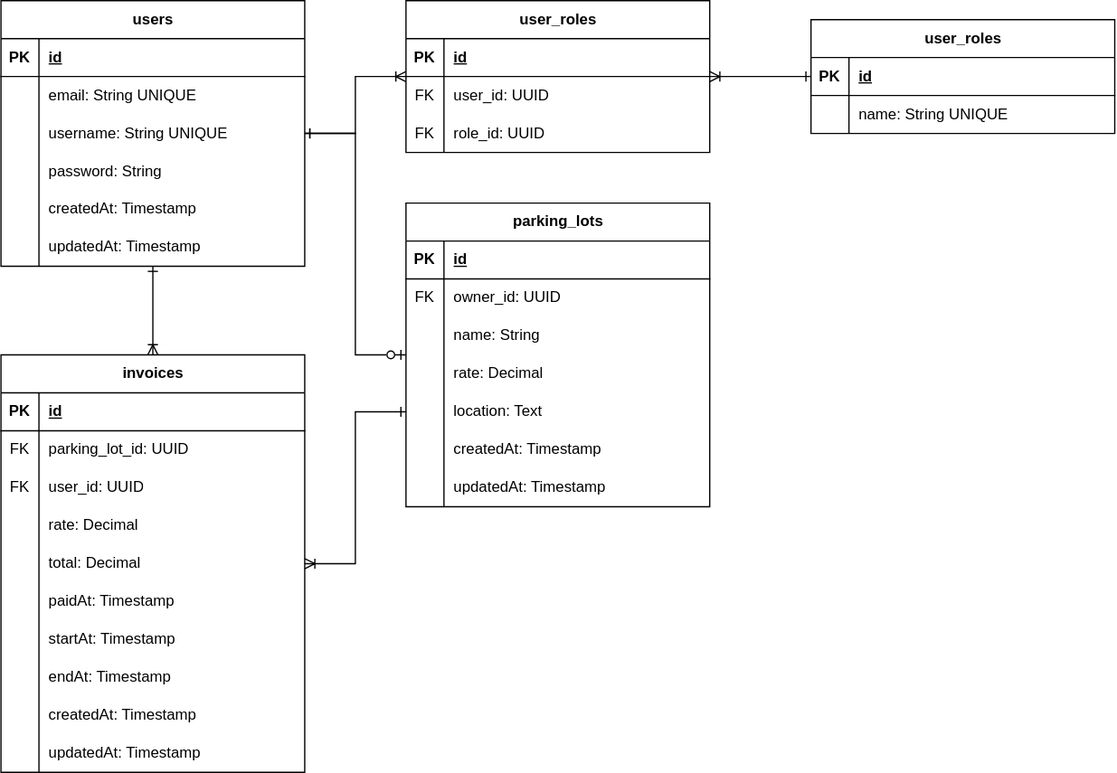
chatchatabc/parking-backend-spring keeps this draw.io diagram as docs/erd.svg. Above is the earlier version. Source tidied: cells renumbered, new cells last; positions are measured from the earlier drawing's top-left corner, leaving out a move shared by most shapes.
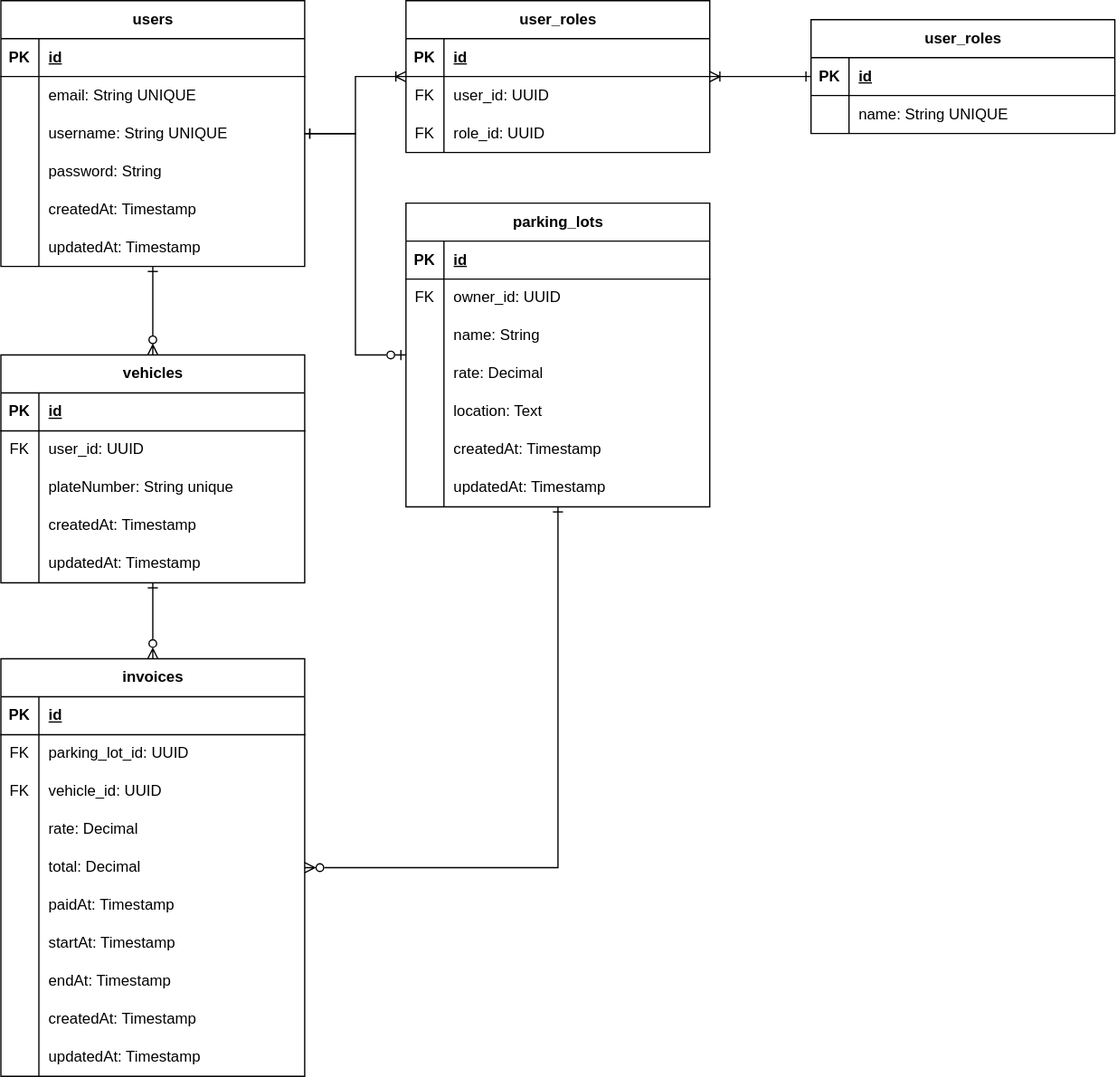
Later version of the same file.

Commit message:
docs: refactored erd to now have vehicles

Change to the diagram source:
```diff
@@ -8,7 +8,7 @@
     <mxCell id="3" style="edgeStyle=orthogonalEdgeStyle;rounded=0;jettySize=auto;html=1;startArrow=ERone;startFill=0;endArrow=ERzeroToOne;endFill=0;" parent="1" edge="1" source="5" target="42">
       <mxGeometry relative="1" as="geometry" />
     </mxCell>
-    <mxCell id="4" style="edgeStyle=orthogonalEdgeStyle;rounded=0;jettySize=auto;html=1;startArrow=ERone;startFill=0;endArrow=ERoneToMany;endFill=0;" parent="1" edge="1" source="5" target="64">
+    <mxCell id="4" style="edgeStyle=orthogonalEdgeStyle;rounded=0;jettySize=auto;html=1;startArrow=ERone;startFill=0;endArrow=ERzeroToMany;endFill=0;" parent="1" edge="1" source="5" target="97">
       <mxGeometry relative="1" as="geometry" />
     </mxCell>
     <mxCell id="5" value="users" style="shape=table;startSize=30;rowLines=0;fontStyle=1;align=center;html=1;" parent="1" vertex="1">
@@ -189,7 +189,7 @@
       <mxGeometry x="30" width="210" height="30" as="geometry" />
     </mxCell>
     <mxCell id="64" value="invoices" style="shape=table;startSize=30;rowLines=0;fontStyle=1;align=center;html=1;" parent="1" vertex="1">
-      <mxGeometry y="280" width="240" height="330" as="geometry" />
+      <mxGeometry y="520" width="240" height="330" as="geometry" />
     </mxCell>
     <mxCell id="65" style="shape=tableRow;horizontal=0;startSize=0;swimlaneHead=0;swimlaneBody=0;fillColor=none;top=0;left=0;right=0;bottom=1;" parent="64" vertex="1">
       <mxGeometry y="30" width="240" height="30" as="geometry" />
@@ -215,7 +215,7 @@
     <mxCell id="72" value="FK" style="shape=partialRectangle;fillColor=none;top=0;left=0;bottom=0;right=0;overflow=hidden;whiteSpace=wrap;html=1;" parent="71" vertex="1">
       <mxGeometry width="30" height="30" as="geometry" />
     </mxCell>
-    <mxCell id="73" value="user_id: UUID" style="shape=partialRectangle;fillColor=none;top=0;left=0;bottom=0;right=0;align=left;spacingLeft=6;overflow=hidden;whiteSpace=wrap;html=1;" parent="71" vertex="1">
+    <mxCell id="73" value="vehicle_id: UUID" style="shape=partialRectangle;fillColor=none;top=0;left=0;bottom=0;right=0;align=left;spacingLeft=6;overflow=hidden;whiteSpace=wrap;html=1;" parent="71" vertex="1">
       <mxGeometry x="30" width="210" height="30" as="geometry" />
     </mxCell>
     <mxCell id="74" style="shape=tableRow;horizontal=0;startSize=0;swimlaneHead=0;swimlaneBody=0;fillColor=none;top=0;left=0;right=0;bottom=0;" parent="64" vertex="1">
@@ -281,8 +281,63 @@
     <mxCell id="94" value="updatedAt: Timestamp" style="shape=partialRectangle;fillColor=none;top=0;left=0;bottom=0;right=0;align=left;spacingLeft=6;overflow=hidden;whiteSpace=wrap;html=1;" parent="92" vertex="1">
       <mxGeometry x="30" width="210" height="30" as="geometry" />
     </mxCell>
-    <mxCell id="95" style="edgeStyle=orthogonalEdgeStyle;rounded=0;jettySize=auto;html=1;exitX=0;exitY=0.5;exitDx=0;exitDy=0;startArrow=ERone;startFill=0;endArrow=ERoneToMany;endFill=0;" parent="1" edge="1" source="55" target="64">
-      <mxGeometry relative="1" as="geometry" />
+    <mxCell id="95" style="edgeStyle=orthogonalEdgeStyle;rounded=0;jettySize=auto;html=1;startArrow=ERone;startFill=0;endArrow=ERzeroToMany;endFill=0;" parent="1" edge="1" source="42" target="64">
+      <mxGeometry relative="1" as="geometry">
+        <Array as="points">
+          <mxPoint x="440" y="685" />
+        </Array>
+      </mxGeometry>
     </mxCell>
+    <mxCell id="96" style="edgeStyle=orthogonalEdgeStyle;rounded=0;jettySize=auto;html=1;startArrow=ERone;startFill=0;endArrow=ERzeroToMany;endFill=0;" parent="1" edge="1" source="97" target="64">
+      <mxGeometry relative="1" as="geometry" />
+    </mxCell>
+    <mxCell id="97" value="vehicles" style="shape=table;startSize=30;rowLines=0;fontStyle=1;align=center;html=1;" parent="1" vertex="1">
+      <mxGeometry y="280" width="240" height="180" as="geometry" />
+    </mxCell>
+    <mxCell id="98" style="shape=tableRow;horizontal=0;startSize=0;swimlaneHead=0;swimlaneBody=0;fillColor=none;top=0;left=0;right=0;bottom=1;" parent="97" vertex="1">
+      <mxGeometry y="30" width="240" height="30" as="geometry" />
+    </mxCell>
+    <mxCell id="99" value="PK" style="shape=partialRectangle;fillColor=none;top=0;left=0;bottom=0;right=0;fontStyle=1;overflow=hidden;whiteSpace=wrap;html=1;" parent="98" vertex="1">
+      <mxGeometry width="30" height="30" as="geometry" />
+    </mxCell>
+    <mxCell id="100" value="id" style="shape=partialRectangle;fillColor=none;top=0;left=0;bottom=0;right=0;align=left;spacingLeft=6;fontStyle=5;overflow=hidden;whiteSpace=wrap;html=1;" parent="98" vertex="1">
+      <mxGeometry x="30" width="210" height="30" as="geometry" />
+    </mxCell>
+    <mxCell id="101" style="shape=tableRow;horizontal=0;startSize=0;swimlaneHead=0;swimlaneBody=0;fillColor=none;top=0;left=0;right=0;bottom=0;" parent="97" vertex="1">
+      <mxGeometry y="60" width="240" height="30" as="geometry" />
+    </mxCell>
+    <mxCell id="102" value="FK" style="shape=partialRectangle;fillColor=none;top=0;left=0;bottom=0;right=0;overflow=hidden;whiteSpace=wrap;html=1;" parent="101" vertex="1">
+      <mxGeometry width="30" height="30" as="geometry" />
+    </mxCell>
+    <mxCell id="103" value="user_id: UUID" style="shape=partialRectangle;fillColor=none;top=0;left=0;bottom=0;right=0;align=left;spacingLeft=6;overflow=hidden;whiteSpace=wrap;html=1;" parent="101" vertex="1">
+      <mxGeometry x="30" width="210" height="30" as="geometry" />
+    </mxCell>
+    <mxCell id="104" style="shape=tableRow;horizontal=0;startSize=0;swimlaneHead=0;swimlaneBody=0;fillColor=none;top=0;left=0;right=0;bottom=0;" parent="97" vertex="1">
+      <mxGeometry y="90" width="240" height="30" as="geometry" />
+    </mxCell>
+    <mxCell id="105" style="shape=partialRectangle;fillColor=none;top=0;left=0;bottom=0;right=0;overflow=hidden;whiteSpace=wrap;html=1;" parent="104" vertex="1">
+      <mxGeometry width="30" height="30" as="geometry" />
+    </mxCell>
+    <mxCell id="106" value="plateNumber: String unique" style="shape=partialRectangle;fillColor=none;top=0;left=0;bottom=0;right=0;align=left;spacingLeft=6;overflow=hidden;whiteSpace=wrap;html=1;" parent="104" vertex="1">
+      <mxGeometry x="30" width="210" height="30" as="geometry" />
+    </mxCell>
+    <mxCell id="107" style="shape=tableRow;horizontal=0;startSize=0;swimlaneHead=0;swimlaneBody=0;fillColor=none;top=0;left=0;right=0;bottom=0;" parent="97" vertex="1">
+      <mxGeometry y="120" width="240" height="30" as="geometry" />
+    </mxCell>
+    <mxCell id="108" style="shape=partialRectangle;fillColor=none;top=0;left=0;bottom=0;right=0;overflow=hidden;whiteSpace=wrap;html=1;" parent="107" vertex="1">
+      <mxGeometry width="30" height="30" as="geometry" />
+    </mxCell>
+    <mxCell id="109" value="createdAt: Timestamp" style="shape=partialRectangle;fillColor=none;top=0;left=0;bottom=0;right=0;align=left;spacingLeft=6;overflow=hidden;whiteSpace=wrap;html=1;" parent="107" vertex="1">
+      <mxGeometry x="30" width="210" height="30" as="geometry" />
+    </mxCell>
+    <mxCell id="110" style="shape=tableRow;horizontal=0;startSize=0;swimlaneHead=0;swimlaneBody=0;fillColor=none;top=0;left=0;right=0;bottom=0;" parent="97" vertex="1">
+      <mxGeometry y="150" width="240" height="30" as="geometry" />
+    </mxCell>
+    <mxCell id="111" style="shape=partialRectangle;fillColor=none;top=0;left=0;bottom=0;right=0;overflow=hidden;whiteSpace=wrap;html=1;" parent="110" vertex="1">
+      <mxGeometry width="30" height="30" as="geometry" />
+    </mxCell>
+    <mxCell id="112" value="updatedAt: Timestamp" style="shape=partialRectangle;fillColor=none;top=0;left=0;bottom=0;right=0;align=left;spacingLeft=6;overflow=hidden;whiteSpace=wrap;html=1;" parent="110" vertex="1">
+      <mxGeometry x="30" width="210" height="30" as="geometry" />
+    </mxCell>
   </root>
 </mxGraphModel>
```
